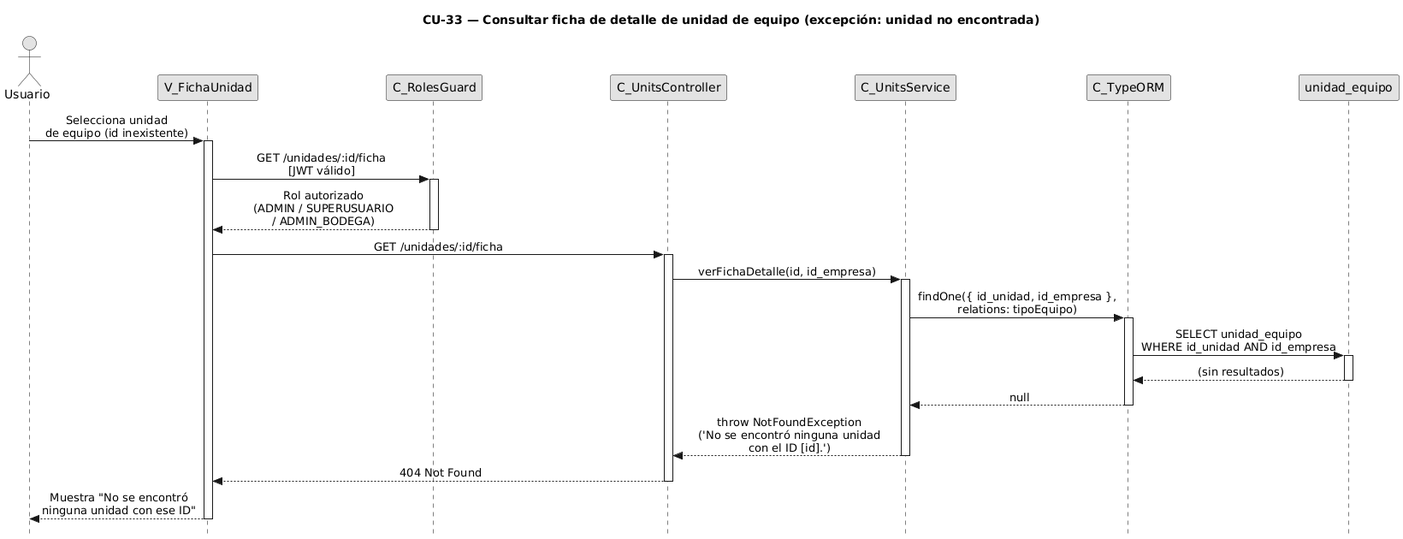
Earlier version of the PlantUML export diagramas-secuencia/CU33/CU33-exc-unidad-no-encontrada.png (FSM-Finet-y-Cable-Magico/Team_1-Inventario-y-Bodega). Source of this version:
```plantuml
@startuml CU33-exc-unidad-no-encontrada
title CU-33 — Consultar ficha de detalle de unidad de equipo (excepción: unidad no encontrada)

skinparam style strictuml
skinparam monochrome true
skinparam shadowing false
skinparam sequenceMessageAlign center
skinparam ParticipantPadding 70
skinparam ActorPadding 30
skinparam sequence {
  MessageAlign center
  LifeLineBorderColor black
}
hide footbox

actor "Usuario" as user
participant "V_FichaUnidad" as view
participant "C_RolesGuard" as guard
participant "C_UnitsController" as ctrl
participant "C_UnitsService" as svc
participant "C_TypeORM" as orm
participant "unidad_equipo" as uent

user -> view : Selecciona unidad\nde equipo (id inexistente)
activate view

view -> guard : GET /unidades/:id/ficha\n[JWT válido]
activate guard

guard --> view : Rol autorizado\n(ADMIN / SUPERUSUARIO\n/ ADMIN_BODEGA)
deactivate guard

view -> ctrl : GET /unidades/:id/ficha
activate ctrl

ctrl -> svc : verFichaDetalle(id, id_empresa)
activate svc

svc -> orm : findOne({ id_unidad, id_empresa },\nrelations: tipoEquipo)
activate orm

orm -> uent : SELECT unidad_equipo\nWHERE id_unidad AND id_empresa
activate uent
uent --> orm : (sin resultados)
deactivate uent

orm --> svc : null
deactivate orm

svc --> ctrl : throw NotFoundException\n('No se encontró ninguna unidad\ncon el ID [id].')
deactivate svc

ctrl --> view : 404 Not Found
deactivate ctrl

view --> user : Muestra "No se encontró\nninguna unidad con ese ID"
deactivate view

@enduml
```
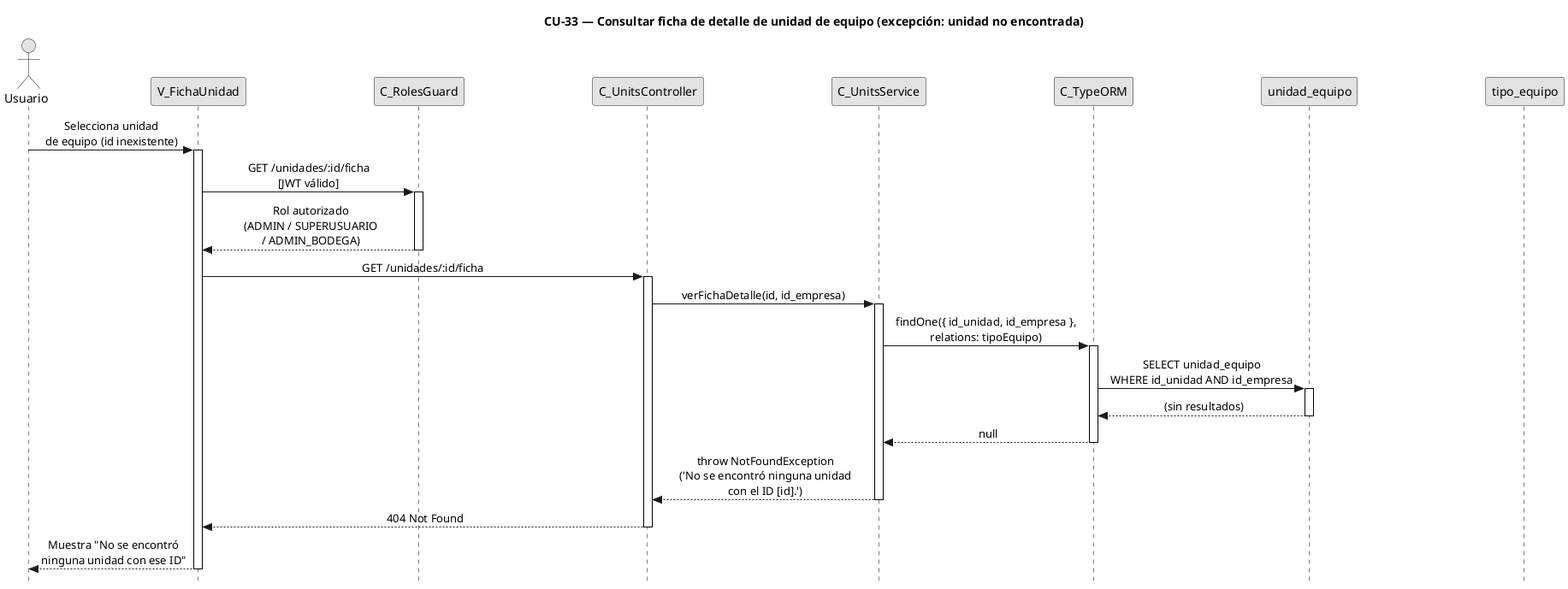
The same file after the commit.

The edit, as a diff of the source:
```diff
@@ -20,6 +20,7 @@
 participant "C_UnitsService" as svc
 participant "C_TypeORM" as orm
 participant "unidad_equipo" as uent
+participant "tipo_equipo" as tent
 
 user -> view : Selecciona unidad\nde equipo (id inexistente)
 activate view
```
